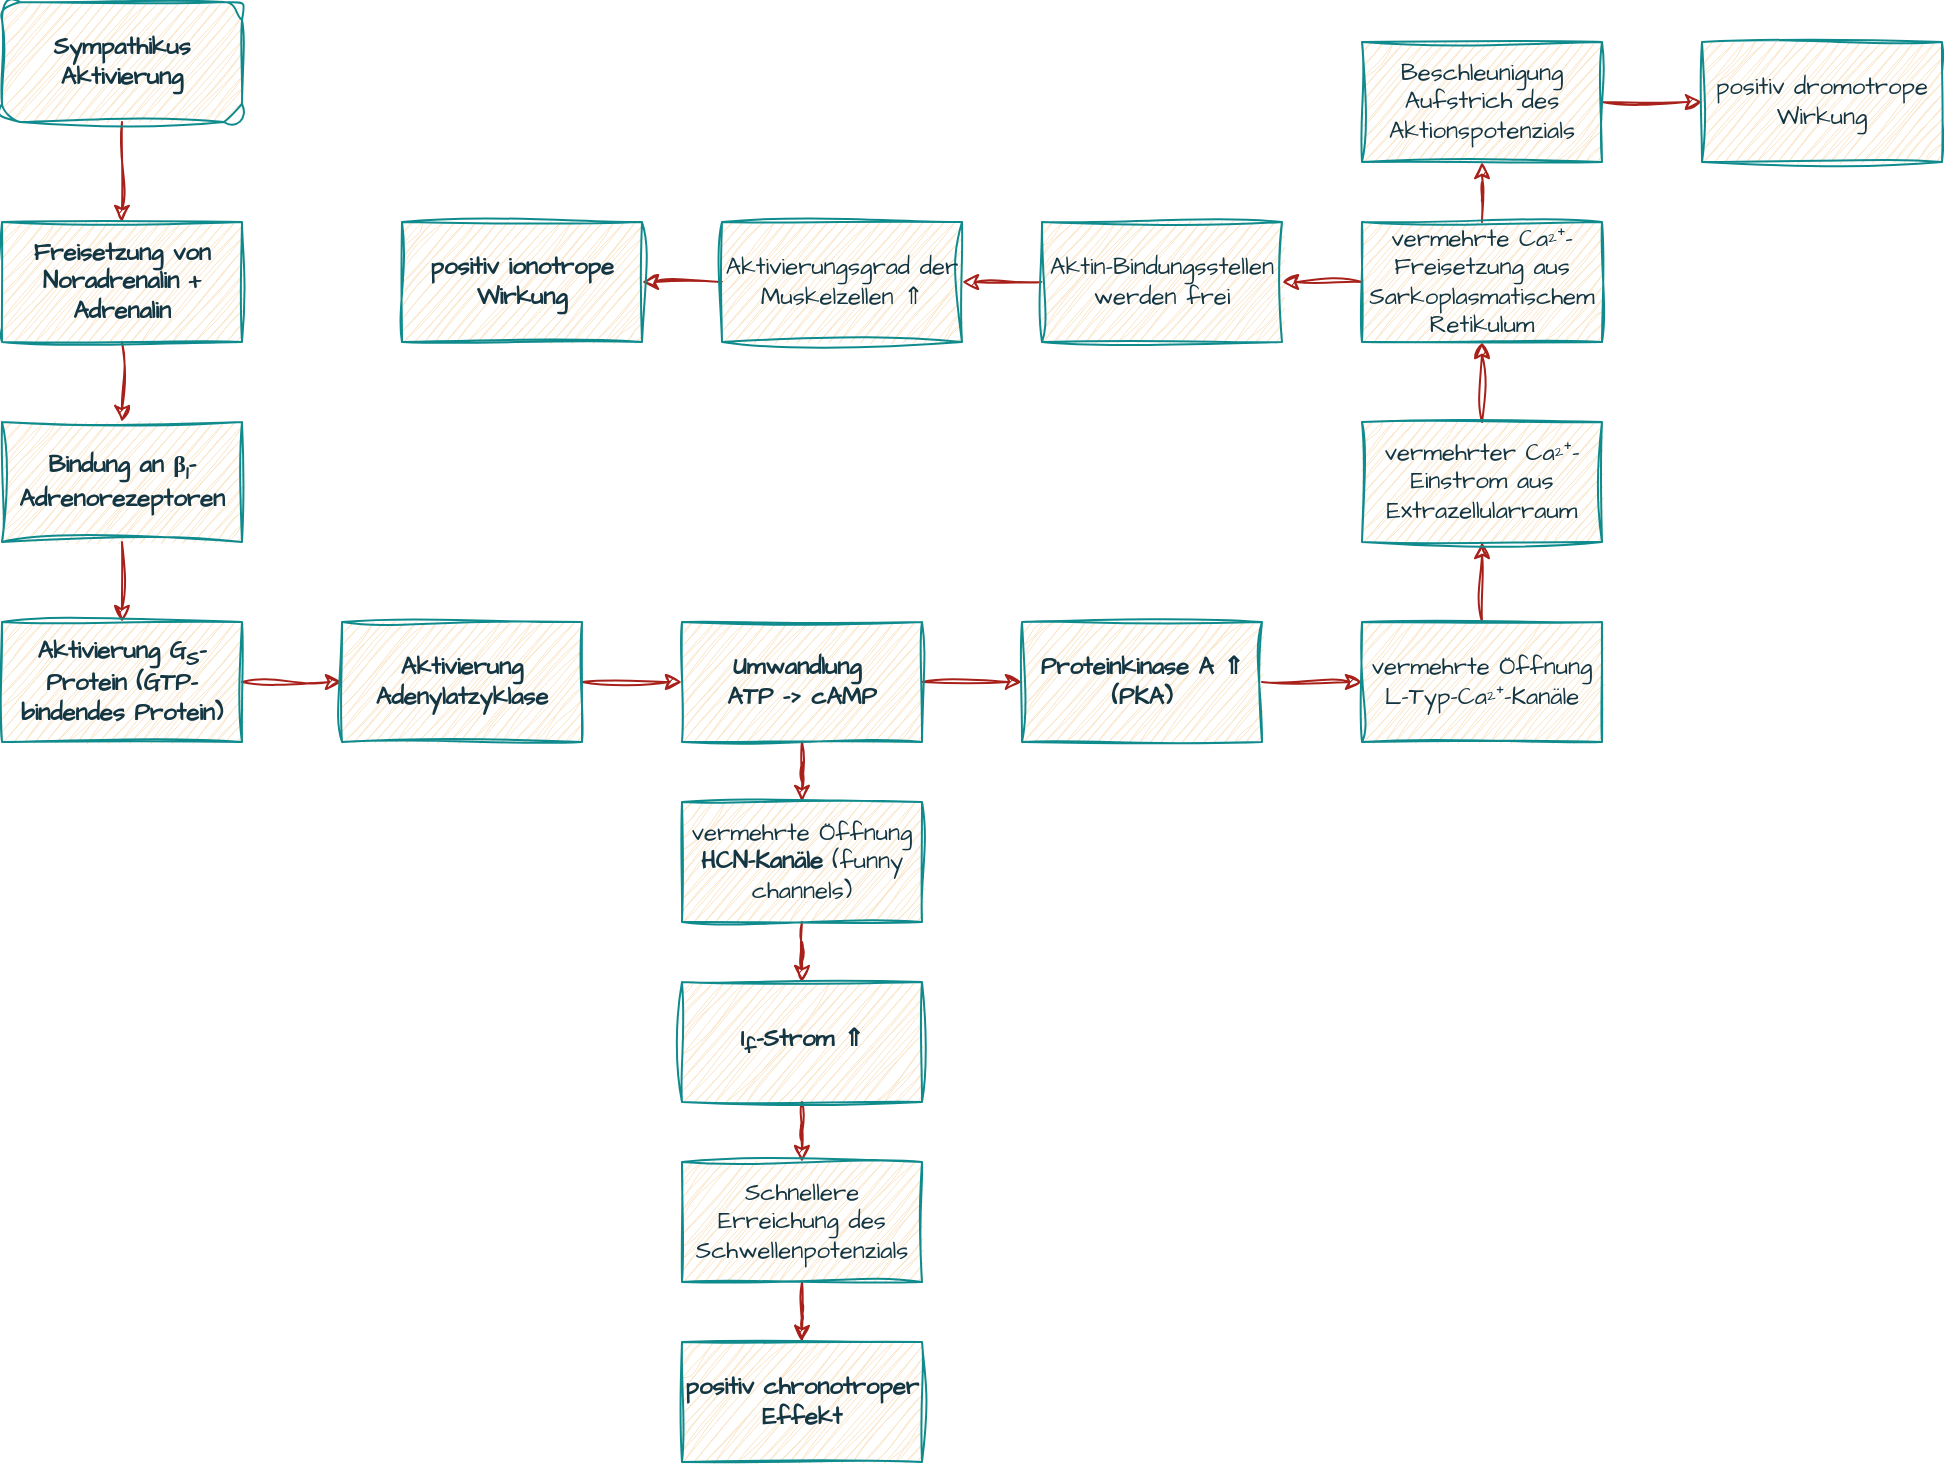
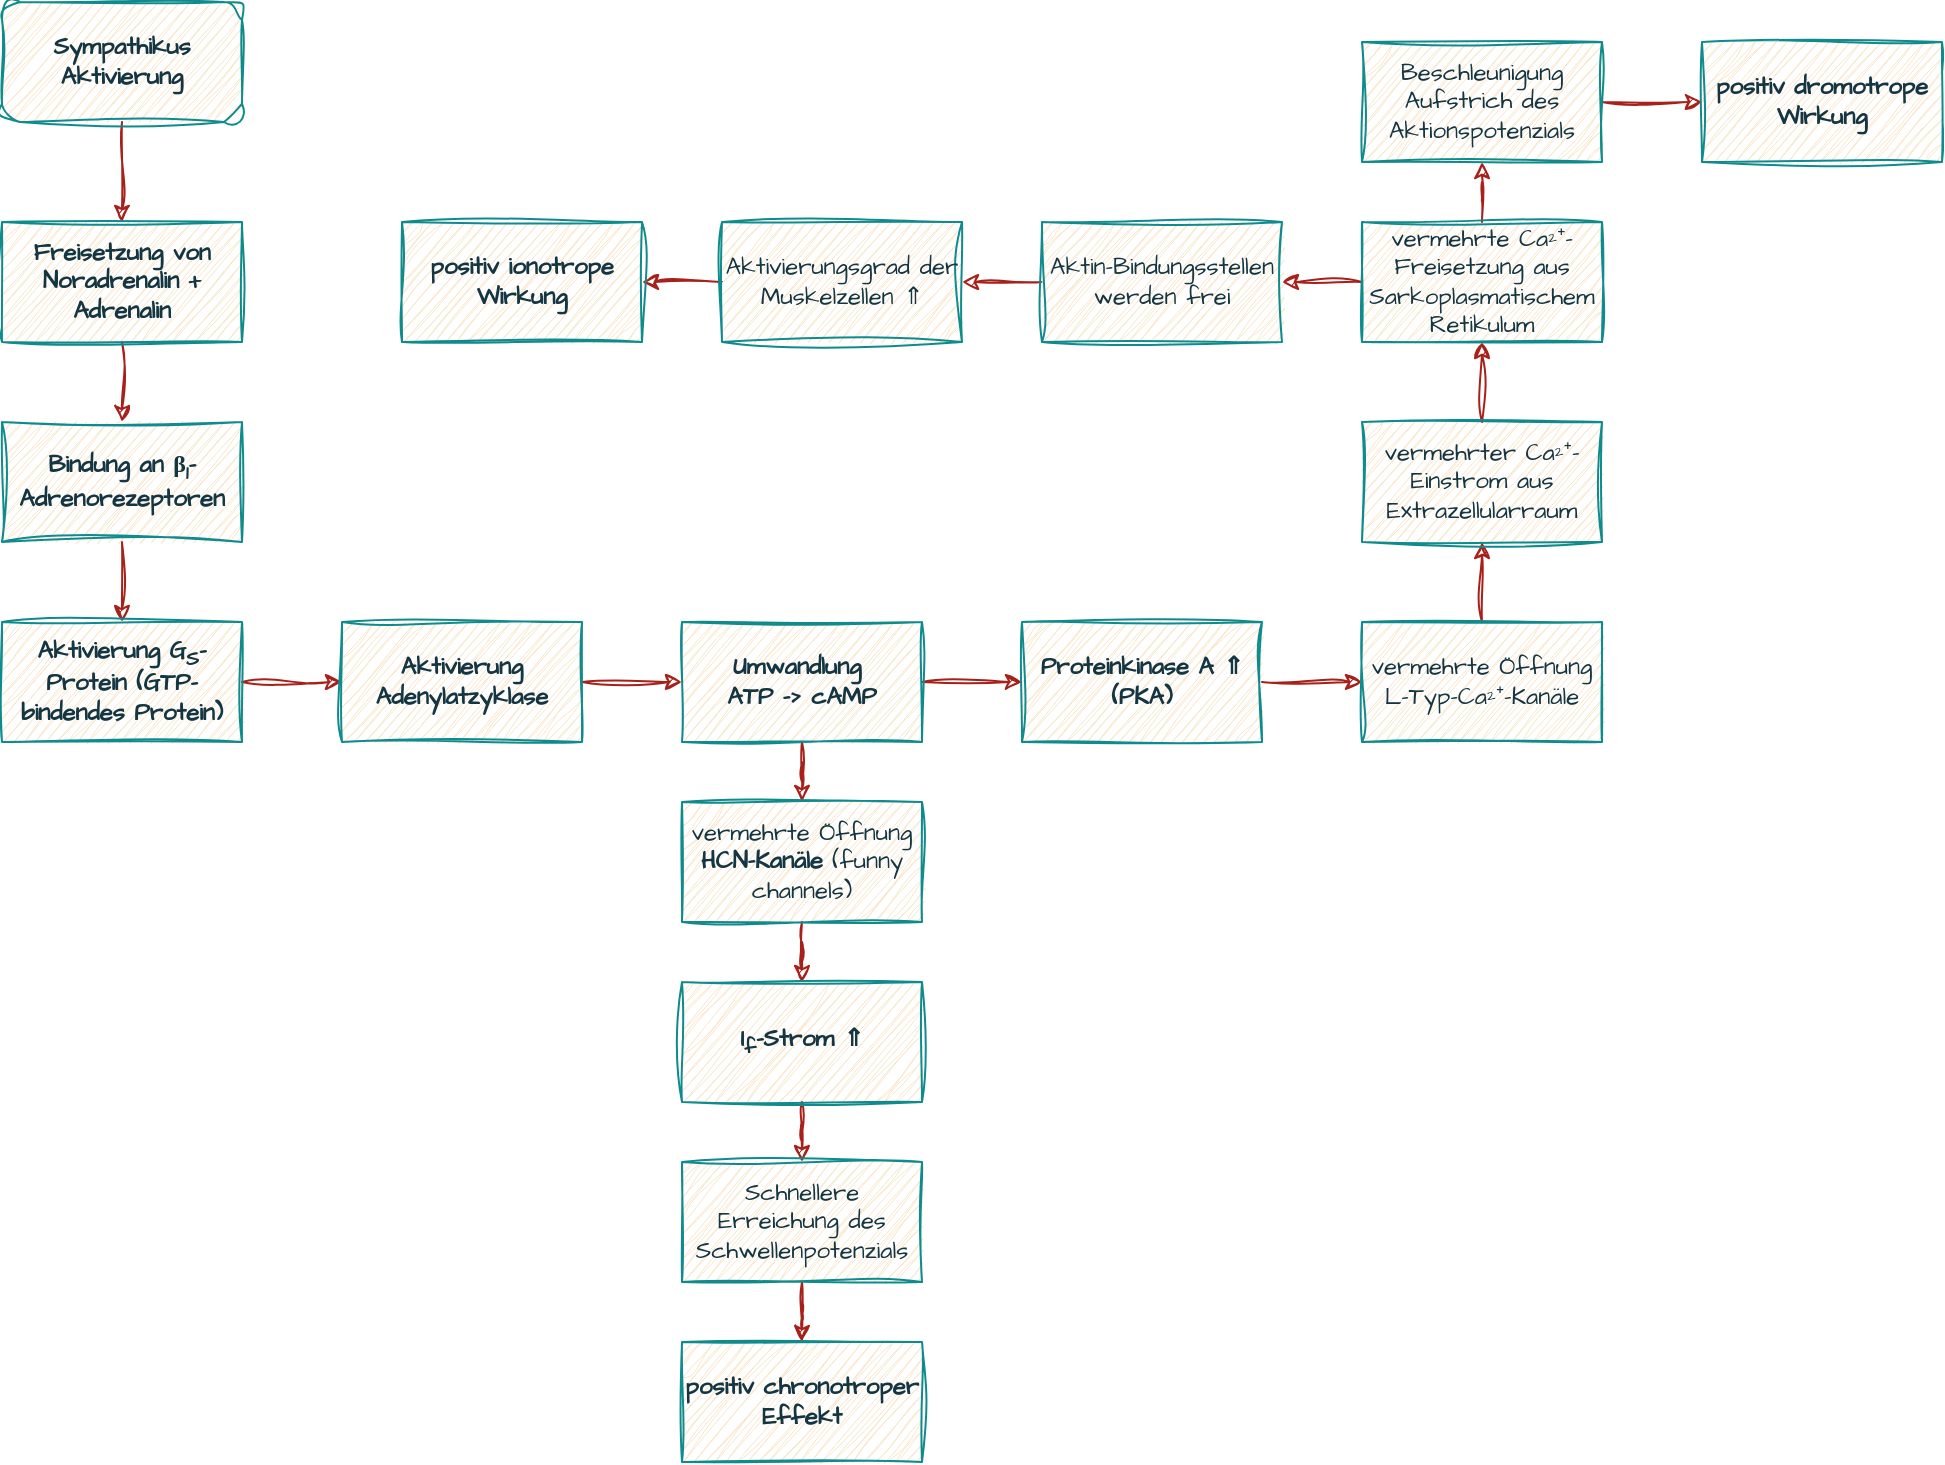
<mxfile host="app.diagrams.net">
  <diagram name="Seite-1" id="7kFzmezVoUsXThtVCVX7">
-     <mxGraphModel dx="1253" dy="629" grid="1" gridSize="10" guides="1" tooltips="1" connect="1" arrows="1" fold="1" page="1" pageScale="1" pageWidth="1169" pageHeight="1169" math="0" shadow="0">
+     <mxGraphModel dx="1474" dy="740" grid="1" gridSize="10" guides="1" tooltips="1" connect="1" arrows="1" fold="1" page="1" pageScale="1" pageWidth="1169" pageHeight="1169" math="0" shadow="0">
      <root>
        <mxCell id="0" />
        <mxCell id="1" parent="0" />
        <mxCell id="nBZC7eie6GeJRXDUhHIa-21" edge="1" parent="1" source="7TQIvVTktowouFX5eWC7-1" style="edgeStyle=orthogonalEdgeStyle;rounded=0;sketch=1;hachureGap=4;jiggle=2;curveFitting=1;orthogonalLoop=1;jettySize=auto;html=1;strokeColor=#A8201A;fontFamily=Architects Daughter;fontSource=https%3A%2F%2Ffonts.googleapis.com%2Fcss%3Ffamily%3DArchitects%2BDaughter;fontColor=#143642;fillColor=#FAE5C7;" target="nBZC7eie6GeJRXDUhHIa-1">
          <mxGeometry relative="1" as="geometry" />
        </mxCell>
        <mxCell id="7TQIvVTktowouFX5eWC7-1" parent="1" style="rounded=1;whiteSpace=wrap;html=1;sketch=1;hachureGap=4;jiggle=2;curveFitting=1;fontFamily=Architects Daughter;fontSource=https%3A%2F%2Ffonts.googleapis.com%2Fcss%3Ffamily%3DArchitects%2BDaughter;labelBackgroundColor=none;fillColor=#FAE5C7;strokeColor=#0F8B8D;fontColor=#143642;fontStyle=1" value="Sympathikus Aktivierung" vertex="1">
          <mxGeometry height="60" width="120" x="50" y="80" as="geometry" />
        </mxCell>
        <mxCell id="nBZC7eie6GeJRXDUhHIa-22" edge="1" parent="1" source="nBZC7eie6GeJRXDUhHIa-1" style="edgeStyle=orthogonalEdgeStyle;rounded=0;sketch=1;hachureGap=4;jiggle=2;curveFitting=1;orthogonalLoop=1;jettySize=auto;html=1;strokeColor=#A8201A;fontFamily=Architects Daughter;fontSource=https%3A%2F%2Ffonts.googleapis.com%2Fcss%3Ffamily%3DArchitects%2BDaughter;fontColor=#143642;fillColor=#FAE5C7;" target="nBZC7eie6GeJRXDUhHIa-2">
          <mxGeometry relative="1" as="geometry" />
        </mxCell>
        <mxCell id="nBZC7eie6GeJRXDUhHIa-1" parent="1" style="whiteSpace=wrap;html=1;sketch=1;hachureGap=4;jiggle=2;curveFitting=1;strokeColor=#0F8B8D;fontFamily=Architects Daughter;fontSource=https%3A%2F%2Ffonts.googleapis.com%2Fcss%3Ffamily%3DArchitects%2BDaughter;fontColor=#143642;fillColor=#FAE5C7;fontStyle=1" value="Freisetzung von Noradrenalin + Adrenalin" vertex="1">
          <mxGeometry height="60" width="120" x="50" y="190" as="geometry" />
        </mxCell>
        <mxCell id="nBZC7eie6GeJRXDUhHIa-23" edge="1" parent="1" source="nBZC7eie6GeJRXDUhHIa-2" style="edgeStyle=orthogonalEdgeStyle;rounded=0;sketch=1;hachureGap=4;jiggle=2;curveFitting=1;orthogonalLoop=1;jettySize=auto;html=1;strokeColor=#A8201A;fontFamily=Architects Daughter;fontSource=https%3A%2F%2Ffonts.googleapis.com%2Fcss%3Ffamily%3DArchitects%2BDaughter;fontColor=#143642;fillColor=#FAE5C7;" target="nBZC7eie6GeJRXDUhHIa-3">
          <mxGeometry relative="1" as="geometry" />
        </mxCell>
        <mxCell id="nBZC7eie6GeJRXDUhHIa-2" parent="1" style="rounded=0;whiteSpace=wrap;html=1;sketch=1;hachureGap=4;jiggle=2;curveFitting=1;strokeColor=#0F8B8D;fontFamily=Architects Daughter;fontSource=https%3A%2F%2Ffonts.googleapis.com%2Fcss%3Ffamily%3DArchitects%2BDaughter;fontColor=#143642;fillColor=#FAE5C7;fontStyle=1" value="Bindung an β&lt;sub&gt;1&lt;/sub&gt;-Adrenorezeptoren" vertex="1">
          <mxGeometry height="60" width="120" x="50" y="290" as="geometry" />
        </mxCell>
        <mxCell id="nBZC7eie6GeJRXDUhHIa-24" edge="1" parent="1" source="nBZC7eie6GeJRXDUhHIa-3" style="edgeStyle=orthogonalEdgeStyle;rounded=0;sketch=1;hachureGap=4;jiggle=2;curveFitting=1;orthogonalLoop=1;jettySize=auto;html=1;strokeColor=#A8201A;fontFamily=Architects Daughter;fontSource=https%3A%2F%2Ffonts.googleapis.com%2Fcss%3Ffamily%3DArchitects%2BDaughter;fontColor=#143642;fillColor=#FAE5C7;" target="nBZC7eie6GeJRXDUhHIa-4">
          <mxGeometry relative="1" as="geometry" />
        </mxCell>
        <mxCell id="nBZC7eie6GeJRXDUhHIa-3" parent="1" style="whiteSpace=wrap;html=1;sketch=1;hachureGap=4;jiggle=2;curveFitting=1;strokeColor=#0F8B8D;fontFamily=Architects Daughter;fontSource=https%3A%2F%2Ffonts.googleapis.com%2Fcss%3Ffamily%3DArchitects%2BDaughter;fontColor=#143642;fillColor=#FAE5C7;fontStyle=1" value="Aktivierung G&lt;sub&gt;S&lt;/sub&gt;-Protein (GTP-bindendes Protein)" vertex="1">
          <mxGeometry height="60" width="120" x="50" y="390" as="geometry" />
        </mxCell>
        <mxCell id="nBZC7eie6GeJRXDUhHIa-25" edge="1" parent="1" source="nBZC7eie6GeJRXDUhHIa-4" style="edgeStyle=orthogonalEdgeStyle;rounded=0;sketch=1;hachureGap=4;jiggle=2;curveFitting=1;orthogonalLoop=1;jettySize=auto;html=1;entryX=0;entryY=0.5;entryDx=0;entryDy=0;strokeColor=#A8201A;fontFamily=Architects Daughter;fontSource=https%3A%2F%2Ffonts.googleapis.com%2Fcss%3Ffamily%3DArchitects%2BDaughter;fontColor=#143642;fillColor=#FAE5C7;" target="nBZC7eie6GeJRXDUhHIa-5">
          <mxGeometry relative="1" as="geometry" />
        </mxCell>
        <mxCell id="nBZC7eie6GeJRXDUhHIa-4" parent="1" style="whiteSpace=wrap;html=1;sketch=1;hachureGap=4;jiggle=2;curveFitting=1;strokeColor=#0F8B8D;fontFamily=Architects Daughter;fontSource=https%3A%2F%2Ffonts.googleapis.com%2Fcss%3Ffamily%3DArchitects%2BDaughter;fontColor=#143642;fillColor=#FAE5C7;fontStyle=1" value="Aktivierung Adenylatzyklase" vertex="1">
          <mxGeometry height="60" width="120" x="220" y="390" as="geometry" />
        </mxCell>
        <mxCell id="nBZC7eie6GeJRXDUhHIa-26" edge="1" parent="1" source="nBZC7eie6GeJRXDUhHIa-5" style="edgeStyle=orthogonalEdgeStyle;rounded=0;sketch=1;hachureGap=4;jiggle=2;curveFitting=1;orthogonalLoop=1;jettySize=auto;html=1;strokeColor=#A8201A;fontFamily=Architects Daughter;fontSource=https%3A%2F%2Ffonts.googleapis.com%2Fcss%3Ffamily%3DArchitects%2BDaughter;fontColor=#143642;fillColor=#FAE5C7;" target="nBZC7eie6GeJRXDUhHIa-7">
          <mxGeometry relative="1" as="geometry" />
        </mxCell>
        <mxCell id="nBZC7eie6GeJRXDUhHIa-27" edge="1" parent="1" source="nBZC7eie6GeJRXDUhHIa-5" style="edgeStyle=orthogonalEdgeStyle;rounded=0;sketch=1;hachureGap=4;jiggle=2;curveFitting=1;orthogonalLoop=1;jettySize=auto;html=1;strokeColor=#A8201A;fontFamily=Architects Daughter;fontSource=https%3A%2F%2Ffonts.googleapis.com%2Fcss%3Ffamily%3DArchitects%2BDaughter;fontColor=#143642;fillColor=#FAE5C7;" target="nBZC7eie6GeJRXDUhHIa-8">
          <mxGeometry relative="1" as="geometry" />
        </mxCell>
        <mxCell id="nBZC7eie6GeJRXDUhHIa-5" parent="1" style="whiteSpace=wrap;html=1;sketch=1;hachureGap=4;jiggle=2;curveFitting=1;strokeColor=#0F8B8D;fontFamily=Architects Daughter;fontSource=https%3A%2F%2Ffonts.googleapis.com%2Fcss%3Ffamily%3DArchitects%2BDaughter;fontColor=#143642;fillColor=#FAE5C7;fontStyle=1" value="Umwandlung&amp;nbsp;&lt;br&gt;ATP -&amp;gt; cAMP" vertex="1">
          <mxGeometry height="60" width="120" x="390" y="390" as="geometry" />
        </mxCell>
        <mxCell id="nBZC7eie6GeJRXDUhHIa-31" edge="1" parent="1" source="nBZC7eie6GeJRXDUhHIa-7" style="edgeStyle=orthogonalEdgeStyle;rounded=0;sketch=1;hachureGap=4;jiggle=2;curveFitting=1;orthogonalLoop=1;jettySize=auto;html=1;entryX=0;entryY=0.5;entryDx=0;entryDy=0;strokeColor=#A8201A;fontFamily=Architects Daughter;fontSource=https%3A%2F%2Ffonts.googleapis.com%2Fcss%3Ffamily%3DArchitects%2BDaughter;fontColor=#143642;fillColor=#FAE5C7;" target="nBZC7eie6GeJRXDUhHIa-13">
          <mxGeometry relative="1" as="geometry" />
        </mxCell>
        <mxCell id="nBZC7eie6GeJRXDUhHIa-7" parent="1" style="whiteSpace=wrap;html=1;sketch=1;hachureGap=4;jiggle=2;curveFitting=1;strokeColor=#0F8B8D;fontFamily=Architects Daughter;fontSource=https%3A%2F%2Ffonts.googleapis.com%2Fcss%3Ffamily%3DArchitects%2BDaughter;fontColor=#143642;fillColor=#FAE5C7;fontStyle=1" value="Proteinkinase A ⇑&lt;br&gt;(PKA)" vertex="1">
          <mxGeometry height="60" width="120" x="560" y="390" as="geometry" />
        </mxCell>
        <mxCell id="nBZC7eie6GeJRXDUhHIa-28" edge="1" parent="1" source="nBZC7eie6GeJRXDUhHIa-8" style="edgeStyle=orthogonalEdgeStyle;rounded=0;sketch=1;hachureGap=4;jiggle=2;curveFitting=1;orthogonalLoop=1;jettySize=auto;html=1;strokeColor=#A8201A;fontFamily=Architects Daughter;fontSource=https%3A%2F%2Ffonts.googleapis.com%2Fcss%3Ffamily%3DArchitects%2BDaughter;fontColor=#143642;fillColor=#FAE5C7;" target="nBZC7eie6GeJRXDUhHIa-9">
          <mxGeometry relative="1" as="geometry" />
        </mxCell>
        <mxCell id="nBZC7eie6GeJRXDUhHIa-8" parent="1" style="whiteSpace=wrap;html=1;sketch=1;hachureGap=4;jiggle=2;curveFitting=1;strokeColor=#0F8B8D;fontFamily=Architects Daughter;fontSource=https%3A%2F%2Ffonts.googleapis.com%2Fcss%3Ffamily%3DArchitects%2BDaughter;fontColor=#143642;fillColor=#FAE5C7;" value="vermehrte Öffnung &lt;b&gt;HCN-Kanäle&lt;/b&gt; (funny channels)" vertex="1">
          <mxGeometry height="60" width="120" x="390" y="480" as="geometry" />
        </mxCell>
        <mxCell id="nBZC7eie6GeJRXDUhHIa-29" edge="1" parent="1" source="nBZC7eie6GeJRXDUhHIa-9" style="edgeStyle=orthogonalEdgeStyle;rounded=0;sketch=1;hachureGap=4;jiggle=2;curveFitting=1;orthogonalLoop=1;jettySize=auto;html=1;strokeColor=#A8201A;fontFamily=Architects Daughter;fontSource=https%3A%2F%2Ffonts.googleapis.com%2Fcss%3Ffamily%3DArchitects%2BDaughter;fontColor=#143642;fillColor=#FAE5C7;" target="nBZC7eie6GeJRXDUhHIa-11">
          <mxGeometry relative="1" as="geometry" />
        </mxCell>
        <mxCell id="nBZC7eie6GeJRXDUhHIa-9" parent="1" style="whiteSpace=wrap;html=1;sketch=1;hachureGap=4;jiggle=2;curveFitting=1;strokeColor=#0F8B8D;fontFamily=Architects Daughter;fontSource=https%3A%2F%2Ffonts.googleapis.com%2Fcss%3Ffamily%3DArchitects%2BDaughter;fontColor=#143642;fillColor=#FAE5C7;fontStyle=1" value="I&lt;sub&gt;f&lt;/sub&gt;-Strom ⇑" vertex="1">
          <mxGeometry height="60" width="120" x="390" y="570" as="geometry" />
        </mxCell>
        <mxCell id="nBZC7eie6GeJRXDUhHIa-30" edge="1" parent="1" source="nBZC7eie6GeJRXDUhHIa-11" style="edgeStyle=orthogonalEdgeStyle;rounded=0;sketch=1;hachureGap=4;jiggle=2;curveFitting=1;orthogonalLoop=1;jettySize=auto;html=1;strokeColor=#A8201A;fontFamily=Architects Daughter;fontSource=https%3A%2F%2Ffonts.googleapis.com%2Fcss%3Ffamily%3DArchitects%2BDaughter;fontColor=#143642;fillColor=#FAE5C7;" target="nBZC7eie6GeJRXDUhHIa-12">
          <mxGeometry relative="1" as="geometry" />
        </mxCell>
        <mxCell id="nBZC7eie6GeJRXDUhHIa-11" parent="1" style="whiteSpace=wrap;html=1;sketch=1;hachureGap=4;jiggle=2;curveFitting=1;strokeColor=#0F8B8D;fontFamily=Architects Daughter;fontSource=https%3A%2F%2Ffonts.googleapis.com%2Fcss%3Ffamily%3DArchitects%2BDaughter;fontColor=#143642;fillColor=#FAE5C7;" value="Schnellere Erreichung des Schwellenpotenzials" vertex="1">
          <mxGeometry height="60" width="120" x="390" y="660" as="geometry" />
        </mxCell>
        <mxCell id="nBZC7eie6GeJRXDUhHIa-12" parent="1" style="whiteSpace=wrap;html=1;sketch=1;hachureGap=4;jiggle=2;curveFitting=1;strokeColor=#0F8B8D;fontFamily=Architects Daughter;fontSource=https%3A%2F%2Ffonts.googleapis.com%2Fcss%3Ffamily%3DArchitects%2BDaughter;fontColor=#143642;fillColor=#FAE5C7;fontStyle=1" value="positiv chronotroper Effekt" vertex="1">
          <mxGeometry height="60" width="120" x="390" y="750" as="geometry" />
        </mxCell>
        <mxCell id="nBZC7eie6GeJRXDUhHIa-32" edge="1" parent="1" source="nBZC7eie6GeJRXDUhHIa-13" style="edgeStyle=orthogonalEdgeStyle;rounded=0;sketch=1;hachureGap=4;jiggle=2;curveFitting=1;orthogonalLoop=1;jettySize=auto;html=1;strokeColor=#A8201A;fontFamily=Architects Daughter;fontSource=https%3A%2F%2Ffonts.googleapis.com%2Fcss%3Ffamily%3DArchitects%2BDaughter;fontColor=#143642;fillColor=#FAE5C7;" target="nBZC7eie6GeJRXDUhHIa-14">
          <mxGeometry relative="1" as="geometry" />
        </mxCell>
        <mxCell id="nBZC7eie6GeJRXDUhHIa-13" parent="1" style="whiteSpace=wrap;html=1;sketch=1;hachureGap=4;jiggle=2;curveFitting=1;strokeColor=#0F8B8D;fontFamily=Architects Daughter;fontSource=https%3A%2F%2Ffonts.googleapis.com%2Fcss%3Ffamily%3DArchitects%2BDaughter;fontColor=#143642;fillColor=#FAE5C7;" value="vermehrte Öffnung L-Typ-Ca²⁺-Kanäle" vertex="1">
          <mxGeometry height="60" width="120" x="730" y="390" as="geometry" />
        </mxCell>
        <mxCell id="nBZC7eie6GeJRXDUhHIa-33" edge="1" parent="1" source="nBZC7eie6GeJRXDUhHIa-14" style="edgeStyle=orthogonalEdgeStyle;rounded=0;sketch=1;hachureGap=4;jiggle=2;curveFitting=1;orthogonalLoop=1;jettySize=auto;html=1;strokeColor=#A8201A;fontFamily=Architects Daughter;fontSource=https%3A%2F%2Ffonts.googleapis.com%2Fcss%3Ffamily%3DArchitects%2BDaughter;fontColor=#143642;fillColor=#FAE5C7;" target="nBZC7eie6GeJRXDUhHIa-15">
          <mxGeometry relative="1" as="geometry" />
        </mxCell>
        <mxCell id="nBZC7eie6GeJRXDUhHIa-14" parent="1" style="whiteSpace=wrap;html=1;sketch=1;hachureGap=4;jiggle=2;curveFitting=1;strokeColor=#0F8B8D;fontFamily=Architects Daughter;fontSource=https%3A%2F%2Ffonts.googleapis.com%2Fcss%3Ffamily%3DArchitects%2BDaughter;fontColor=#143642;fillColor=#FAE5C7;" value="vermehrter Ca²⁺-Einstrom aus Extrazellularraum" vertex="1">
          <mxGeometry height="60" width="120" x="730" y="290" as="geometry" />
        </mxCell>
        <mxCell id="nBZC7eie6GeJRXDUhHIa-34" edge="1" parent="1" source="nBZC7eie6GeJRXDUhHIa-15" style="edgeStyle=orthogonalEdgeStyle;rounded=0;sketch=1;hachureGap=4;jiggle=2;curveFitting=1;orthogonalLoop=1;jettySize=auto;html=1;strokeColor=#A8201A;fontFamily=Architects Daughter;fontSource=https%3A%2F%2Ffonts.googleapis.com%2Fcss%3Ffamily%3DArchitects%2BDaughter;fontColor=#143642;fillColor=#FAE5C7;" target="nBZC7eie6GeJRXDUhHIa-16">
          <mxGeometry relative="1" as="geometry" />
        </mxCell>
        <mxCell id="nBZC7eie6GeJRXDUhHIa-37" edge="1" parent="1" source="nBZC7eie6GeJRXDUhHIa-15" style="edgeStyle=orthogonalEdgeStyle;rounded=0;sketch=1;hachureGap=4;jiggle=2;curveFitting=1;orthogonalLoop=1;jettySize=auto;html=1;strokeColor=#A8201A;fontFamily=Architects Daughter;fontSource=https%3A%2F%2Ffonts.googleapis.com%2Fcss%3Ffamily%3DArchitects%2BDaughter;fontColor=#143642;fillColor=#FAE5C7;" target="nBZC7eie6GeJRXDUhHIa-19">
          <mxGeometry relative="1" as="geometry" />
        </mxCell>
        <mxCell id="nBZC7eie6GeJRXDUhHIa-15" parent="1" style="whiteSpace=wrap;html=1;sketch=1;hachureGap=4;jiggle=2;curveFitting=1;strokeColor=#0F8B8D;fontFamily=Architects Daughter;fontSource=https%3A%2F%2Ffonts.googleapis.com%2Fcss%3Ffamily%3DArchitects%2BDaughter;fontColor=#143642;fillColor=#FAE5C7;" value="vermehrte Ca²⁺-Freisetzung aus Sarkoplasmatischem Retikulum" vertex="1">
          <mxGeometry height="60" width="120" x="730" y="190" as="geometry" />
        </mxCell>
        <mxCell id="nBZC7eie6GeJRXDUhHIa-35" edge="1" parent="1" source="nBZC7eie6GeJRXDUhHIa-16" style="edgeStyle=orthogonalEdgeStyle;rounded=0;sketch=1;hachureGap=4;jiggle=2;curveFitting=1;orthogonalLoop=1;jettySize=auto;html=1;strokeColor=#A8201A;fontFamily=Architects Daughter;fontSource=https%3A%2F%2Ffonts.googleapis.com%2Fcss%3Ffamily%3DArchitects%2BDaughter;fontColor=#143642;fillColor=#FAE5C7;" target="nBZC7eie6GeJRXDUhHIa-17">
          <mxGeometry relative="1" as="geometry" />
        </mxCell>
        <mxCell id="nBZC7eie6GeJRXDUhHIa-16" parent="1" style="whiteSpace=wrap;html=1;sketch=1;hachureGap=4;jiggle=2;curveFitting=1;strokeColor=#0F8B8D;fontFamily=Architects Daughter;fontSource=https%3A%2F%2Ffonts.googleapis.com%2Fcss%3Ffamily%3DArchitects%2BDaughter;fontColor=#143642;fillColor=#FAE5C7;" value="Aktin-Bindungsstellen werden frei" vertex="1">
          <mxGeometry height="60" width="120" x="570" y="190" as="geometry" />
        </mxCell>
        <mxCell id="nBZC7eie6GeJRXDUhHIa-36" edge="1" parent="1" source="nBZC7eie6GeJRXDUhHIa-17" style="edgeStyle=orthogonalEdgeStyle;rounded=0;sketch=1;hachureGap=4;jiggle=2;curveFitting=1;orthogonalLoop=1;jettySize=auto;html=1;strokeColor=#A8201A;fontFamily=Architects Daughter;fontSource=https%3A%2F%2Ffonts.googleapis.com%2Fcss%3Ffamily%3DArchitects%2BDaughter;fontColor=#143642;fillColor=#FAE5C7;" target="nBZC7eie6GeJRXDUhHIa-18">
          <mxGeometry relative="1" as="geometry" />
        </mxCell>
        <mxCell id="nBZC7eie6GeJRXDUhHIa-17" parent="1" style="whiteSpace=wrap;html=1;sketch=1;hachureGap=4;jiggle=2;curveFitting=1;strokeColor=#0F8B8D;fontFamily=Architects Daughter;fontSource=https%3A%2F%2Ffonts.googleapis.com%2Fcss%3Ffamily%3DArchitects%2BDaughter;fontColor=#143642;fillColor=#FAE5C7;" value="Aktivierungsgrad der Muskelzellen ⇑" vertex="1">
          <mxGeometry height="60" width="120" x="410" y="190" as="geometry" />
        </mxCell>
        <mxCell id="nBZC7eie6GeJRXDUhHIa-18" parent="1" style="whiteSpace=wrap;html=1;sketch=1;hachureGap=4;jiggle=2;curveFitting=1;strokeColor=#0F8B8D;fontFamily=Architects Daughter;fontSource=https%3A%2F%2Ffonts.googleapis.com%2Fcss%3Ffamily%3DArchitects%2BDaughter;fontColor=#143642;fillColor=#FAE5C7;fontStyle=1" value="positiv&amp;nbsp;&lt;span&gt;ionotrope Wirkung&lt;/span&gt;" vertex="1">
          <mxGeometry height="60" width="120" x="250" y="190" as="geometry" />
        </mxCell>
        <mxCell id="nBZC7eie6GeJRXDUhHIa-38" edge="1" parent="1" source="nBZC7eie6GeJRXDUhHIa-19" style="edgeStyle=orthogonalEdgeStyle;rounded=0;sketch=1;hachureGap=4;jiggle=2;curveFitting=1;orthogonalLoop=1;jettySize=auto;html=1;strokeColor=#A8201A;fontFamily=Architects Daughter;fontSource=https%3A%2F%2Ffonts.googleapis.com%2Fcss%3Ffamily%3DArchitects%2BDaughter;fontColor=#143642;fillColor=#FAE5C7;" target="nBZC7eie6GeJRXDUhHIa-20">
          <mxGeometry relative="1" as="geometry" />
        </mxCell>
        <mxCell id="nBZC7eie6GeJRXDUhHIa-19" parent="1" style="whiteSpace=wrap;html=1;sketch=1;hachureGap=4;jiggle=2;curveFitting=1;strokeColor=#0F8B8D;fontFamily=Architects Daughter;fontSource=https%3A%2F%2Ffonts.googleapis.com%2Fcss%3Ffamily%3DArchitects%2BDaughter;fontColor=#143642;fillColor=#FAE5C7;" value="Beschleunigung Aufstrich des Aktionspotenzials" vertex="1">
          <mxGeometry height="60" width="120" x="730" y="100" as="geometry" />
        </mxCell>
-         <mxCell id="nBZC7eie6GeJRXDUhHIa-20" parent="1" style="whiteSpace=wrap;html=1;sketch=1;hachureGap=4;jiggle=2;curveFitting=1;strokeColor=#0F8B8D;fontFamily=Architects Daughter;fontSource=https%3A%2F%2Ffonts.googleapis.com%2Fcss%3Ffamily%3DArchitects%2BDaughter;fontColor=#143642;fillColor=#FAE5C7;" value="positiv dromotrope Wirkung" vertex="1">
+         <mxCell id="nBZC7eie6GeJRXDUhHIa-20" parent="1" style="whiteSpace=wrap;html=1;sketch=1;hachureGap=4;jiggle=2;curveFitting=1;strokeColor=#0F8B8D;fontFamily=Architects Daughter;fontSource=https%3A%2F%2Ffonts.googleapis.com%2Fcss%3Ffamily%3DArchitects%2BDaughter;fontColor=#143642;fillColor=#FAE5C7;fontStyle=1" value="positiv dromotrope Wirkung" vertex="1">
          <mxGeometry height="60" width="120" x="900" y="100" as="geometry" />
        </mxCell>
      </root>
    </mxGraphModel>
  </diagram>
</mxfile>
